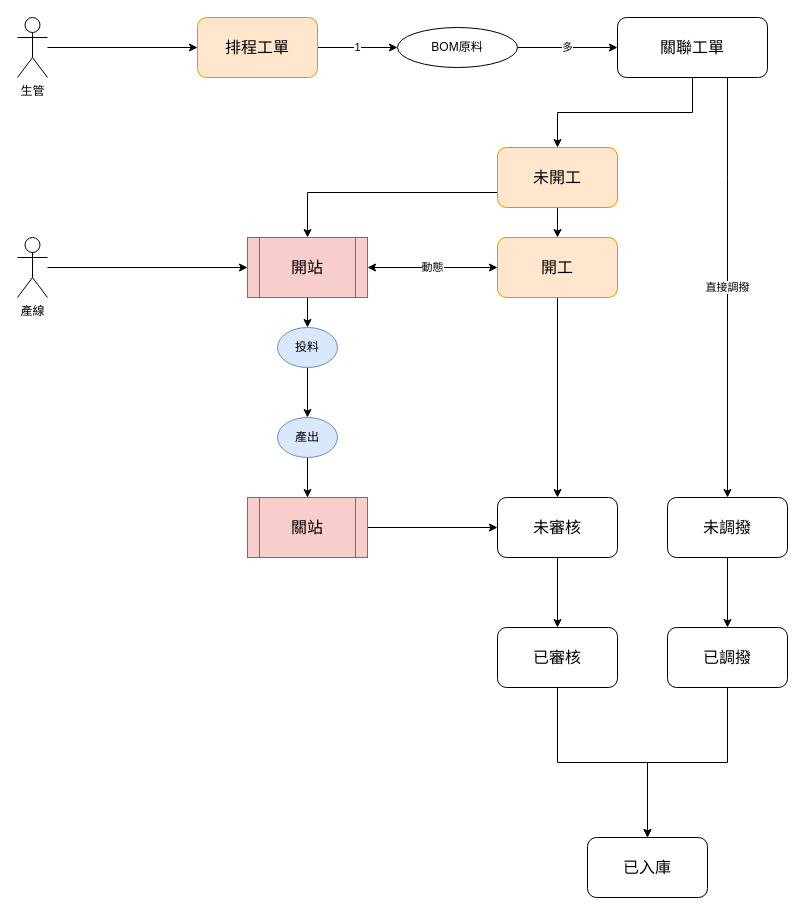
The draw.io diagram Schedule.drawio in peterhu0929/NodeJS-NBA-Crawler, before the edit. Source tidied: cells renumbered, new cells numbered last; positions are measured from the earlier drawing's top-left corner, leaving out a move shared by most shapes. Both pictures are drawn from the tidied source at 100%, with x=0, y=0 at pixel (17, 17).
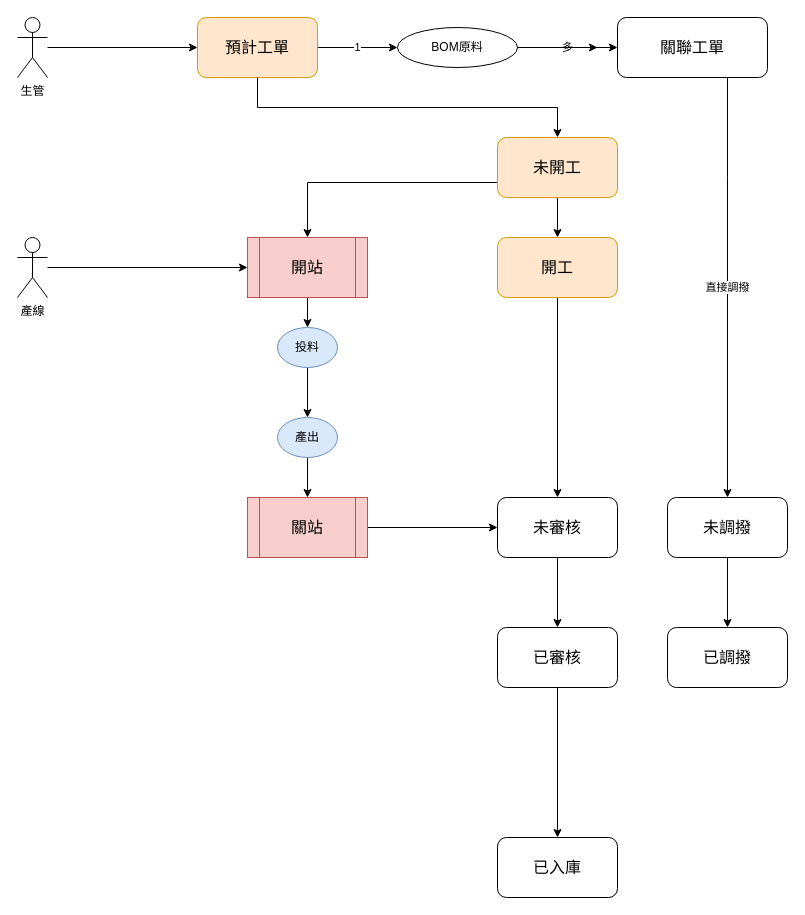
The same page after the edit.

Unchanged cells that the change refers to:
```xml
<mxCell id="10" value="&lt;span style=&quot;font-size: 16px&quot;&gt;開工&lt;/span&gt;" style="rounded=1;whiteSpace=wrap;html=1;fillColor=#ffe6cc;strokeColor=#d79b00;" parent="1" vertex="1">
  <mxGeometry x="480" y="220" width="120" height="60" as="geometry" />
</mxCell>
<mxCell id="14" value="&lt;span style=&quot;font-size: 16px&quot;&gt;已調撥&lt;/span&gt;" style="rounded=1;whiteSpace=wrap;html=1;" parent="1" vertex="1">
  <mxGeometry x="650" y="610" width="120" height="60" as="geometry" />
</mxCell>
<mxCell id="21" value="&lt;span style=&quot;font-size: 16px&quot;&gt;關聯工單&lt;/span&gt;" style="rounded=1;whiteSpace=wrap;html=1;" parent="1" vertex="1">
  <mxGeometry x="600" width="150" height="60" as="geometry" />
</mxCell>
<mxCell id="23" value="BOM原料" style="ellipse;whiteSpace=wrap;html=1;" parent="1" vertex="1">
  <mxGeometry x="380" y="10" width="120" height="40" as="geometry" />
</mxCell>
<mxCell id="26" value="&lt;font style=&quot;font-size: 16px&quot;&gt;開站&lt;/font&gt;" style="shape=process;whiteSpace=wrap;html=1;backgroundOutline=1;fillColor=#f8cecc;strokeColor=#b85450;" parent="1" vertex="1">
  <mxGeometry x="230" y="220" width="120" height="60" as="geometry" />
</mxCell>
```

Diff of the diagram source:
```diff
@@
     <mxCell id="8" value="&lt;span style=&quot;font-size: 16px&quot;&gt;未開工&lt;/span&gt;" style="rounded=1;whiteSpace=wrap;html=1;fillColor=#ffe6cc;strokeColor=#d79b00;" parent="1" vertex="1">
-      <mxGeometry x="480" y="130" width="120" height="60" as="geometry" />
+      <mxGeometry x="480" y="120" width="120" height="60" as="geometry" />
     </mxCell>
@@
-    <mxCell id="13" style="edgeStyle=orthogonalEdgeStyle;rounded=0;jettySize=auto;html=1;entryX=0.5;entryY=0;entryDx=0;entryDy=0;" parent="1" edge="1" source="14" target="24">
-      <mxGeometry relative="1" as="geometry" />
-    </mxCell>
@@
-    <mxCell id="18" value="&lt;span style=&quot;font-size: 16px&quot;&gt;排程工單&lt;/span&gt;" style="rounded=1;whiteSpace=wrap;html=1;fillColor=#ffe6cc;strokeColor=#d79b00;" parent="1" vertex="1">
+    <mxCell id="18" value="&lt;span style=&quot;font-size: 16px&quot;&gt;預計工單&lt;/span&gt;" style="rounded=1;whiteSpace=wrap;html=1;fillColor=#ffe6cc;strokeColor=#d79b00;" parent="1" vertex="1">
       <mxGeometry x="180" width="120" height="60" as="geometry" />
     </mxCell>
-    <mxCell id="19" style="edgeStyle=orthogonalEdgeStyle;rounded=0;jettySize=auto;html=1;" parent="1" edge="1" source="21" target="8">
+    <mxCell id="19" style="edgeStyle=orthogonalEdgeStyle;rounded=0;jettySize=auto;html=1;exitX=0.5;exitY=1;exitDx=0;exitDy=0;" parent="1" edge="1" source="18" target="8">
       <mxGeometry relative="1" as="geometry" />
     </mxCell>
@@
+    <mxCell id="36" style="edgeStyle=orthogonalEdgeStyle;rounded=0;jettySize=auto;html=1;" parent="1" edge="1" source="23">
+      <mxGeometry relative="1" as="geometry">
+        <mxPoint x="580" y="30" as="targetPoint" />
+      </mxGeometry>
+    </mxCell>
@@
     <mxCell id="24" value="&lt;span style=&quot;font-size: 16px&quot;&gt;已入庫&lt;/span&gt;" style="rounded=1;whiteSpace=wrap;html=1;" parent="1" vertex="1">
-      <mxGeometry x="570" y="820" width="120" height="60" as="geometry" />
+      <mxGeometry x="480" y="820" width="120" height="60" as="geometry" />
     </mxCell>
@@
-    <mxCell id="29" value="動態" style="endArrow=classic;startArrow=classic;html=1;entryX=0;entryY=0.5;entryDx=0;entryDy=0;exitX=1;exitY=0.5;exitDx=0;exitDy=0;" parent="1" edge="1" source="26" target="10">
-      <mxGeometry relative="1" as="geometry" />
-    </mxCell>
```
